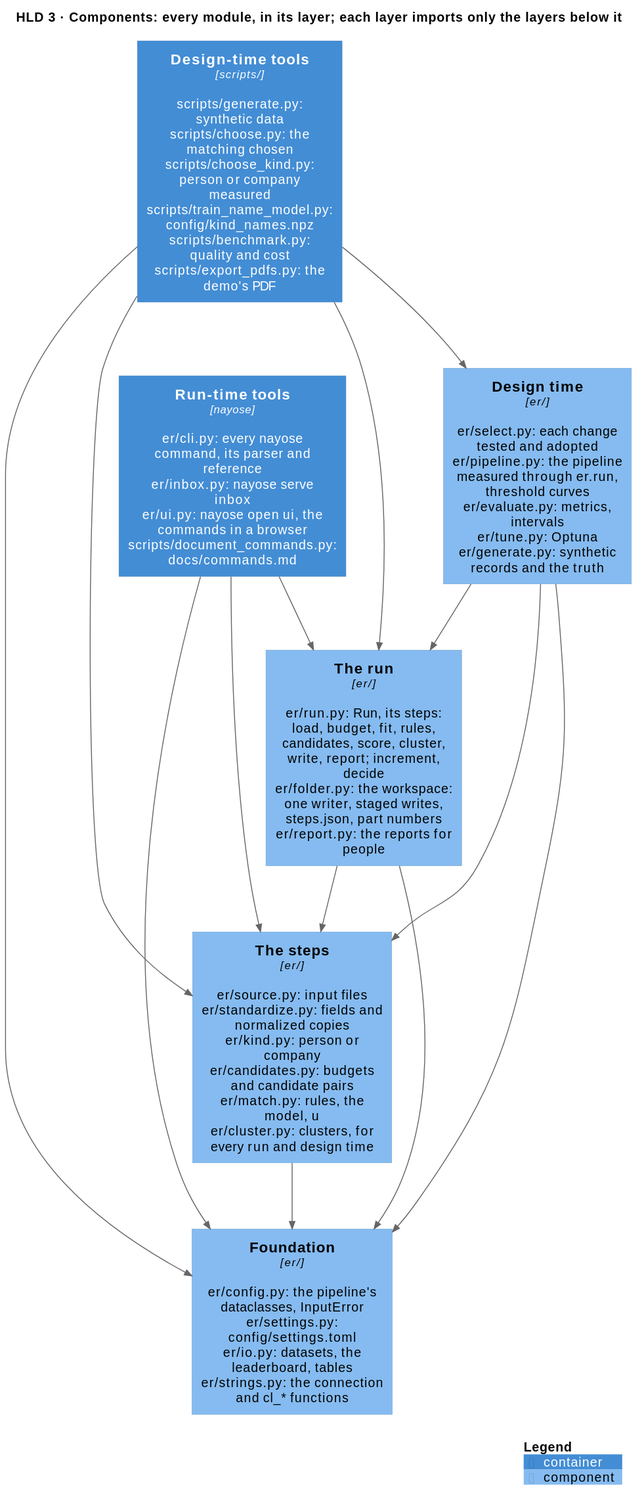
The PlantUML diagram docs/diagrams/components.svg in mvsbm/entity_matching, before a commit.
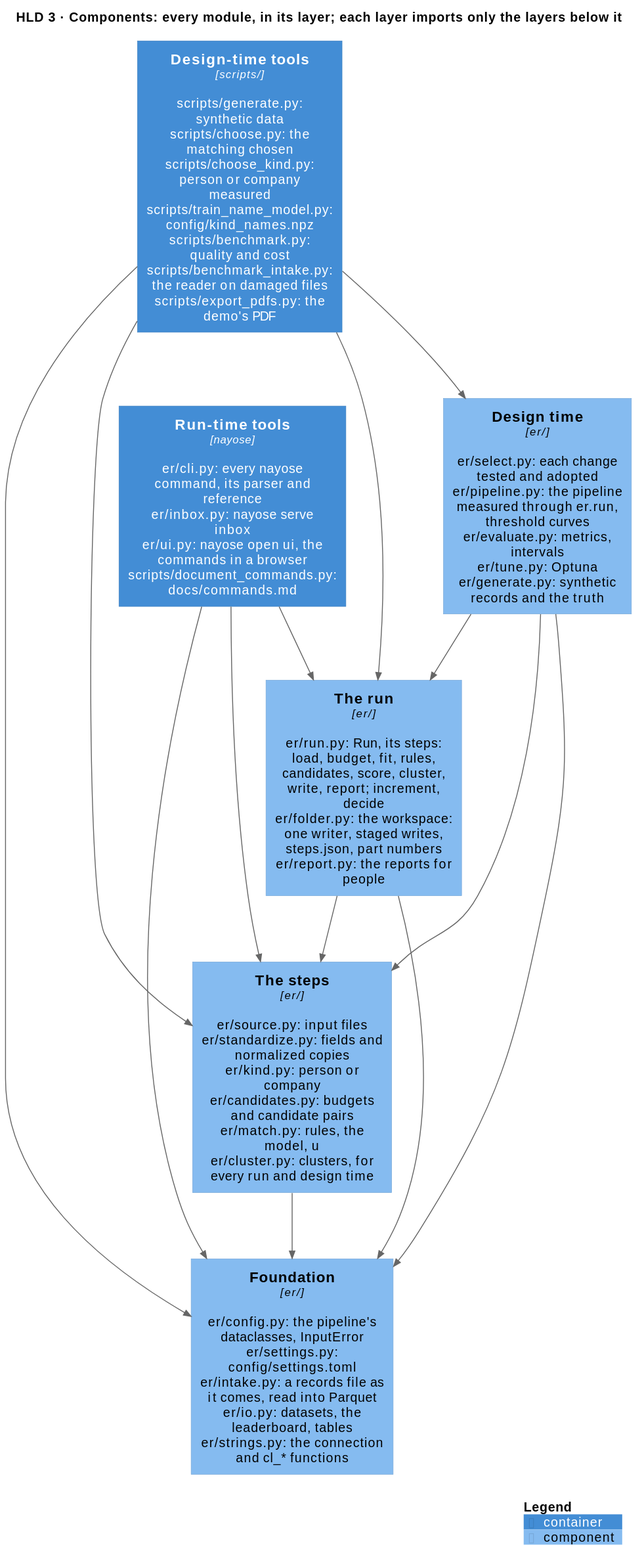
The same file after the commit.

What changed in the source:
```diff
@@ -5,12 +5,12 @@
 title HLD 3 · Components: every module, in its layer; each layer imports only the layers below it
 
 Container(tools_run, "Run-time tools", "nayose", "er/cli.py: every nayose command, its parser and reference\ner/inbox.py: nayose serve inbox\ner/ui.py: nayose open ui, the commands in a browser\nscripts/document_commands.py: docs/commands.md")
-Container(tools_design, "Design-time tools", "scripts/", "scripts/generate.py: synthetic data\nscripts/choose.py: the matching chosen\nscripts/choose_kind.py: person or company measured\nscripts/train_name_model.py: config/kind_names.npz\nscripts/benchmark.py: quality and cost\nscripts/export_pdfs.py: the demo's PDF")
+Container(tools_design, "Design-time tools", "scripts/", "scripts/generate.py: synthetic data\nscripts/choose.py: the matching chosen\nscripts/choose_kind.py: person or company measured\nscripts/train_name_model.py: config/kind_names.npz\nscripts/benchmark.py: quality and cost\nscripts/benchmark_intake.py: the reader on damaged files\nscripts/export_pdfs.py: the demo's PDF")
 
 Component(run, "The run", "er/", "er/run.py: Run, its steps: load, budget, fit, rules, candidates, score, cluster, write, report; increment, decide\ner/folder.py: the workspace: one writer, staged writes, steps.json, part numbers\ner/report.py: the reports for people")
 Component(design, "Design time", "er/", "er/select.py: each change tested and adopted\ner/pipeline.py: the pipeline measured through er.run, threshold curves\ner/evaluate.py: metrics, intervals\ner/tune.py: Optuna\ner/generate.py: synthetic records and the truth")
 Component(steps, "The steps", "er/", "er/source.py: input files\ner/standardize.py: fields and normalized copies\ner/kind.py: person or company\ner/candidates.py: budgets and candidate pairs\ner/match.py: rules, the model, u\ner/cluster.py: clusters, for every run and design time")
-Component(configuration, "Foundation", "er/", "er/config.py: the pipeline's dataclasses, InputError\ner/settings.py: config/settings.toml\ner/io.py: datasets, the leaderboard, tables\ner/strings.py: the connection and cl_* functions")
+Component(configuration, "Foundation", "er/", "er/config.py: the pipeline's dataclasses, InputError\ner/settings.py: config/settings.toml\ner/intake.py: a records file as it comes, read into Parquet\ner/io.py: datasets, the leaderboard, tables\ner/strings.py: the connection and cl_* functions")
 
 Rel_D(tools_run, run, "")
 Rel_D(tools_run, steps, "")
```
